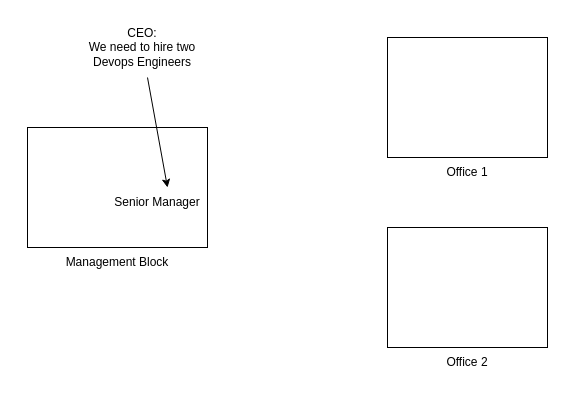
Earlier version of the draw.io diagram Untitled Diagram.drawio (Talh45/random). Source tidied: cells renumbered, new cells numbered last; positions are measured from the earlier drawing's top-left corner, leaving out a move shared by most shapes. Both pictures are drawn from the tidied source at 100%, with x=0, y=0 at pixel (27, 17).
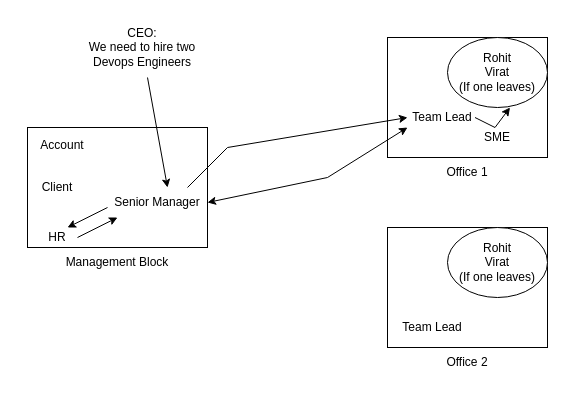
The same diagram, later.

Unchanged cells that the change refers to:
```xml
<mxCell id="3" style="rounded=0;whiteSpace=wrap;html=1;" parent="1" vertex="1">
  <mxGeometry x="360" y="20" width="160" height="120" as="geometry" />
</mxCell>
<mxCell id="10" value="Senior Manager" style="text;html=1;whiteSpace=wrap;strokeColor=none;fillColor=none;align=center;verticalAlign=middle;rounded=0;" parent="1" vertex="1">
  <mxGeometry x="80" y="170" width="100" height="30" as="geometry" />
</mxCell>
```

Change to the diagram source:
```diff
@@
+    <mxCell id="11" style="endArrow=classic;html=1;rounded=0;" parent="1" edge="1">
+      <mxGeometry relative="1" as="geometry">
+        <mxPoint x="80" y="190" as="sourcePoint" />
+        <mxPoint x="40" y="210" as="targetPoint" />
+      </mxGeometry>
+    </mxCell>
+    <mxCell id="12" value="HR" style="text;html=1;whiteSpace=wrap;strokeColor=none;fillColor=none;align=center;verticalAlign=middle;rounded=0;" parent="1" vertex="1">
+      <mxGeometry x="10" y="210" width="40" height="20" as="geometry" />
+    </mxCell>
+    <mxCell id="13" style="endArrow=classic;html=1;rounded=0;" parent="1" edge="1">
+      <mxGeometry relative="1" as="geometry">
+        <mxPoint x="50" y="220" as="sourcePoint" />
+        <mxPoint x="90" y="200" as="targetPoint" />
+      </mxGeometry>
+    </mxCell>
+    <mxCell id="14" style="endArrow=classic;html=1;rounded=0;entryX=0.125;entryY=0.667;entryDx=0;entryDy=0;entryPerimeter=0;" parent="1" edge="1" target="3">
+      <mxGeometry relative="1" as="geometry">
+        <mxPoint x="160" y="170" as="sourcePoint" />
+        <Array as="points">
+          <mxPoint x="200" y="130" />
+        </Array>
+      </mxGeometry>
+    </mxCell>
+    <mxCell id="15" value="Team Lead" style="text;html=1;whiteSpace=wrap;strokeColor=none;fillColor=none;align=center;verticalAlign=middle;rounded=0;" parent="1" vertex="1">
+      <mxGeometry x="370" y="90" width="90" height="20" as="geometry" />
+    </mxCell>
+    <mxCell id="16" value="Rohit&lt;br&gt;Virat&lt;div&gt;(If one leaves)&lt;/div&gt;" style="ellipse;whiteSpace=wrap;html=1;" parent="1" vertex="1">
+      <mxGeometry x="420" y="20" width="100" height="70" as="geometry" />
+    </mxCell>
+    <mxCell id="17" value="Client" style="text;html=1;whiteSpace=wrap;strokeColor=none;fillColor=none;align=center;verticalAlign=middle;rounded=0;" parent="1" vertex="1">
+      <mxGeometry y="160" width="60" height="20" as="geometry" />
+    </mxCell>
+    <mxCell id="18" value="Account" style="text;html=1;whiteSpace=wrap;strokeColor=none;fillColor=none;align=center;verticalAlign=middle;rounded=0;" parent="1" vertex="1">
+      <mxGeometry x="-10" y="120" width="90" height="15" as="geometry" />
+    </mxCell>
+    <mxCell id="19" style="endArrow=classic;startArrow=classic;html=1;rounded=0;exitX=1;exitY=0.5;exitDx=0;exitDy=0;" parent="1" edge="1" source="10">
+      <mxGeometry relative="1" as="geometry">
+        <mxPoint x="380" y="110" as="targetPoint" />
+        <Array as="points">
+          <mxPoint x="300" y="160" />
+        </Array>
+      </mxGeometry>
+    </mxCell>
+    <mxCell id="20" value="SME" style="text;html=1;whiteSpace=wrap;strokeColor=none;fillColor=none;align=center;verticalAlign=middle;rounded=0;" parent="1" vertex="1">
+      <mxGeometry x="450" y="110" width="40" height="20" as="geometry" />
+    </mxCell>
+    <mxCell id="21" style="endArrow=classic;html=1;rounded=0;" parent="1" edge="1">
+      <mxGeometry relative="1" as="geometry">
+        <mxPoint x="447.5" y="100" as="sourcePoint" />
+        <mxPoint x="482.5" y="90" as="targetPoint" />
+        <Array as="points">
+          <mxPoint x="467.5" y="110" />
+        </Array>
+      </mxGeometry>
+    </mxCell>
+    <mxCell id="22" value="Team Lead" style="text;html=1;whiteSpace=wrap;strokeColor=none;fillColor=none;align=center;verticalAlign=middle;rounded=0;" parent="1" vertex="1">
+      <mxGeometry x="360" y="300" width="90" height="20" as="geometry" />
+    </mxCell>
+    <mxCell id="23" value="Rohit&lt;br&gt;Virat&lt;div&gt;(If one leaves)&lt;/div&gt;" style="ellipse;whiteSpace=wrap;html=1;" parent="1" vertex="1">
+      <mxGeometry x="420" y="210" width="100" height="70" as="geometry" />
+    </mxCell>
```
